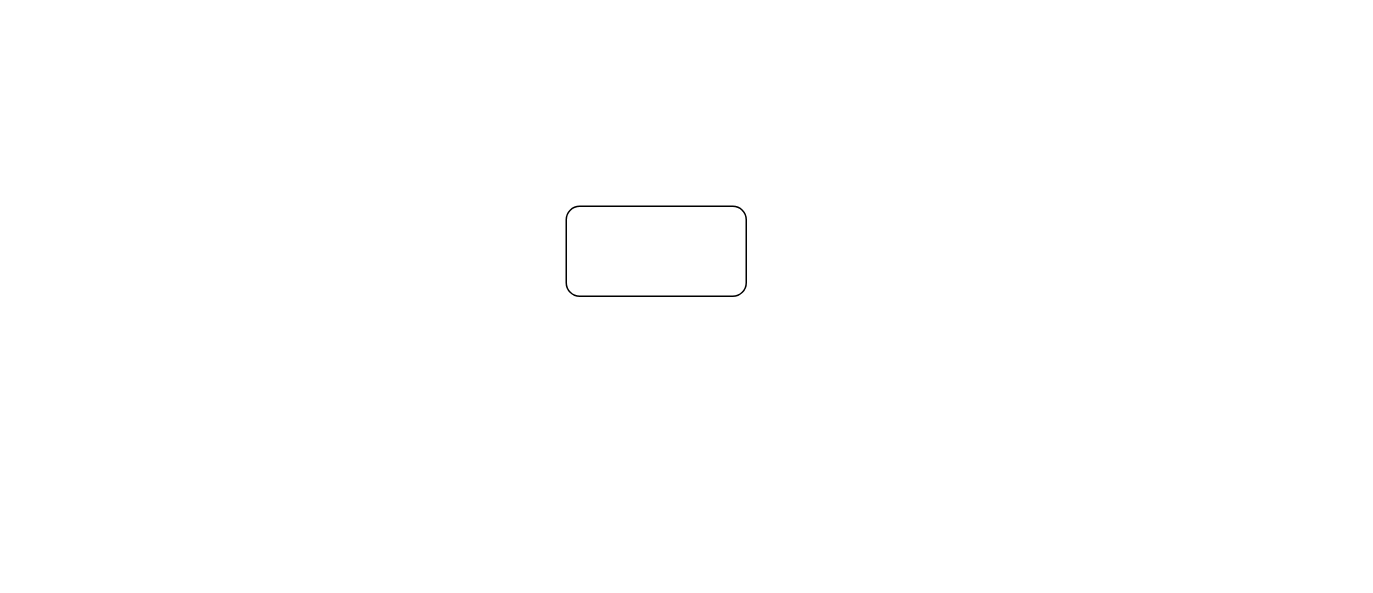
Before: 未命名绘图.drawio in Ekocms/blank-app, a draw.io diagram. Source tidied: cells renumbered, new cells numbered last; positions are measured from the earlier drawing's top-left corner, leaving out a move shared by most shapes. Both pictures are drawn from the tidied source at 150%, with x=0, y=0 at pixel (566, 206).
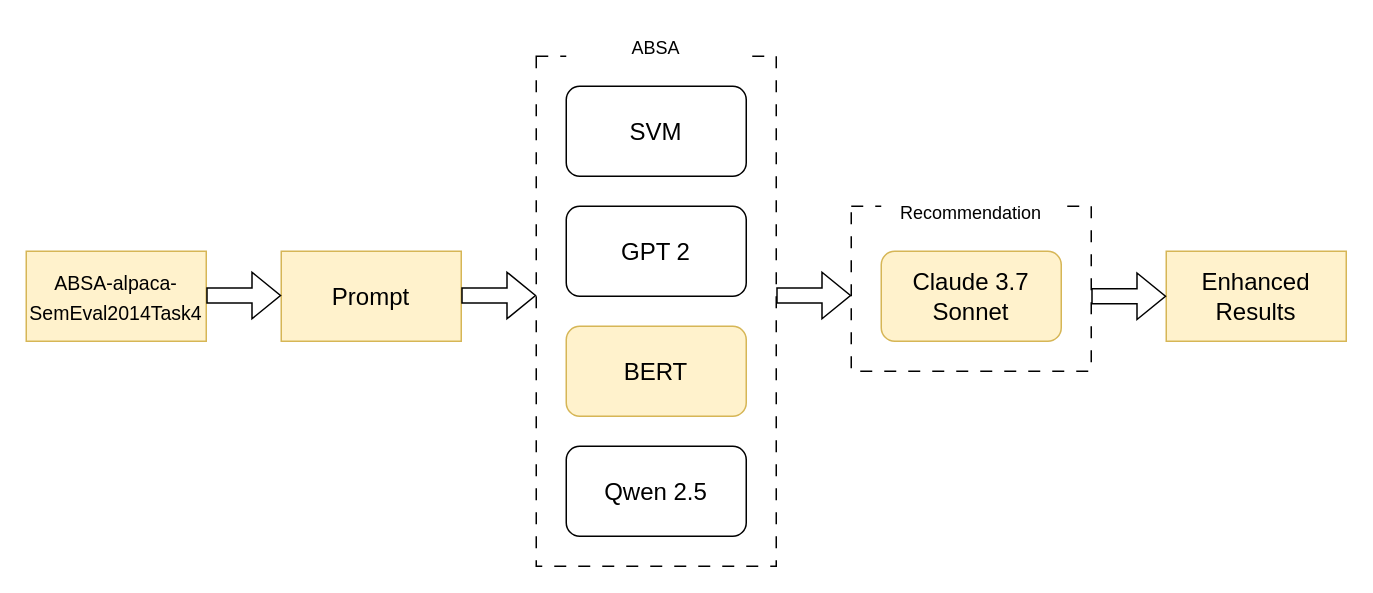
The same page after the edit.

Commit message (it also covers changes not shown here):
更新未命名绘图.drawio

Diff of the diagram source:
```diff
@@
+    <mxCell id="3" style="rounded=0;whiteSpace=wrap;html=1;dashed=1;dashPattern=8 8;" parent="1" vertex="1">
+      <mxGeometry x="190" width="160" height="110" as="geometry" />
+    </mxCell>
+    <mxCell id="4" style="rounded=0;whiteSpace=wrap;html=1;dashed=1;dashPattern=8 8;" parent="1" vertex="1">
+      <mxGeometry x="-20" y="-100" width="160" height="340" as="geometry" />
+    </mxCell>
-    <mxCell id="2" style="rounded=1;whiteSpace=wrap;html=1;" parent="1" vertex="1">
+    <mxCell id="2" value="GPT 2" style="rounded=1;whiteSpace=wrap;html=1;fontSize=16;" parent="1" vertex="1">
       <mxGeometry width="120" height="60" as="geometry" />
     </mxCell>
+    <mxCell id="5" value="BERT" style="rounded=1;whiteSpace=wrap;html=1;fontSize=16;fillColor=#fff2cc;strokeColor=#d6b656;" parent="1" vertex="1">
+      <mxGeometry y="80" width="120" height="60" as="geometry" />
+    </mxCell>
+    <mxCell id="6" value="SVM" style="rounded=1;whiteSpace=wrap;html=1;fontSize=16;" parent="1" vertex="1">
+      <mxGeometry y="-80" width="120" height="60" as="geometry" />
+    </mxCell>
+    <mxCell id="7" value="Qwen 2.5" style="rounded=1;whiteSpace=wrap;html=1;fontSize=16;" parent="1" vertex="1">
+      <mxGeometry y="160" width="120" height="60" as="geometry" />
+    </mxCell>
+    <mxCell id="8" value="Claude 3.7 Sonnet" style="rounded=1;whiteSpace=wrap;html=1;fontSize=16;fillColor=#fff2cc;strokeColor=#d6b656;" parent="1" vertex="1">
+      <mxGeometry x="210" y="30" width="120" height="60" as="geometry" />
+    </mxCell>
+    <mxCell id="9" value="ABSA" style="rounded=0;whiteSpace=wrap;html=1;strokeColor=none;" parent="1" vertex="1">
+      <mxGeometry y="-120" width="120" height="30" as="geometry" />
+    </mxCell>
+    <mxCell id="10" value="Recommendation" style="rounded=0;whiteSpace=wrap;html=1;strokeColor=none;" parent="1" vertex="1">
+      <mxGeometry x="210" y="-10" width="120" height="30" as="geometry" />
+    </mxCell>
+    <mxCell id="11" style="shape=flexArrow;endArrow=classic;html=1;rounded=0;" parent="1" edge="1">
+      <mxGeometry relative="1" as="geometry">
+        <mxPoint x="140" y="59.5" as="sourcePoint" />
+        <mxPoint x="190" y="59.5" as="targetPoint" />
+      </mxGeometry>
+    </mxCell>
+    <mxCell id="12" value="Prompt" style="rounded=0;whiteSpace=wrap;html=1;fontSize=16;fillColor=#fff2cc;strokeColor=#d6b656;" parent="1" vertex="1">
+      <mxGeometry x="-190" y="30" width="120" height="60" as="geometry" />
+    </mxCell>
+    <mxCell id="13" value="&lt;font style=&quot;font-size: 13px;&quot;&gt;ABSA-alpaca-SemEval2014Task4&lt;/font&gt;" style="rounded=0;whiteSpace=wrap;html=1;fontSize=16;fillColor=#fff2cc;strokeColor=#d6b656;" parent="1" vertex="1">
+      <mxGeometry x="-360" y="30" width="120" height="60" as="geometry" />
+    </mxCell>
+    <mxCell id="14" style="shape=flexArrow;endArrow=classic;html=1;rounded=0;" parent="1" edge="1">
+      <mxGeometry relative="1" as="geometry">
+        <mxPoint x="-70" y="59.5" as="sourcePoint" />
+        <mxPoint x="-20" y="59.5" as="targetPoint" />
+      </mxGeometry>
+    </mxCell>
+    <mxCell id="15" style="shape=flexArrow;endArrow=classic;html=1;rounded=0;" parent="1" edge="1">
+      <mxGeometry relative="1" as="geometry">
+        <mxPoint x="-240" y="59.5" as="sourcePoint" />
+        <mxPoint x="-190" y="59.5" as="targetPoint" />
+      </mxGeometry>
+    </mxCell>
+    <mxCell id="16" value="Enhanced Results" style="rounded=0;whiteSpace=wrap;html=1;fontSize=16;fillColor=#fff2cc;strokeColor=#d6b656;" parent="1" vertex="1">
+      <mxGeometry x="400" y="30" width="120" height="60" as="geometry" />
+    </mxCell>
+    <mxCell id="17" style="shape=flexArrow;endArrow=classic;html=1;rounded=0;" parent="1" edge="1">
+      <mxGeometry relative="1" as="geometry">
+        <mxPoint x="350" y="60" as="sourcePoint" />
+        <mxPoint x="400" y="60" as="targetPoint" />
+      </mxGeometry>
+    </mxCell>
```
